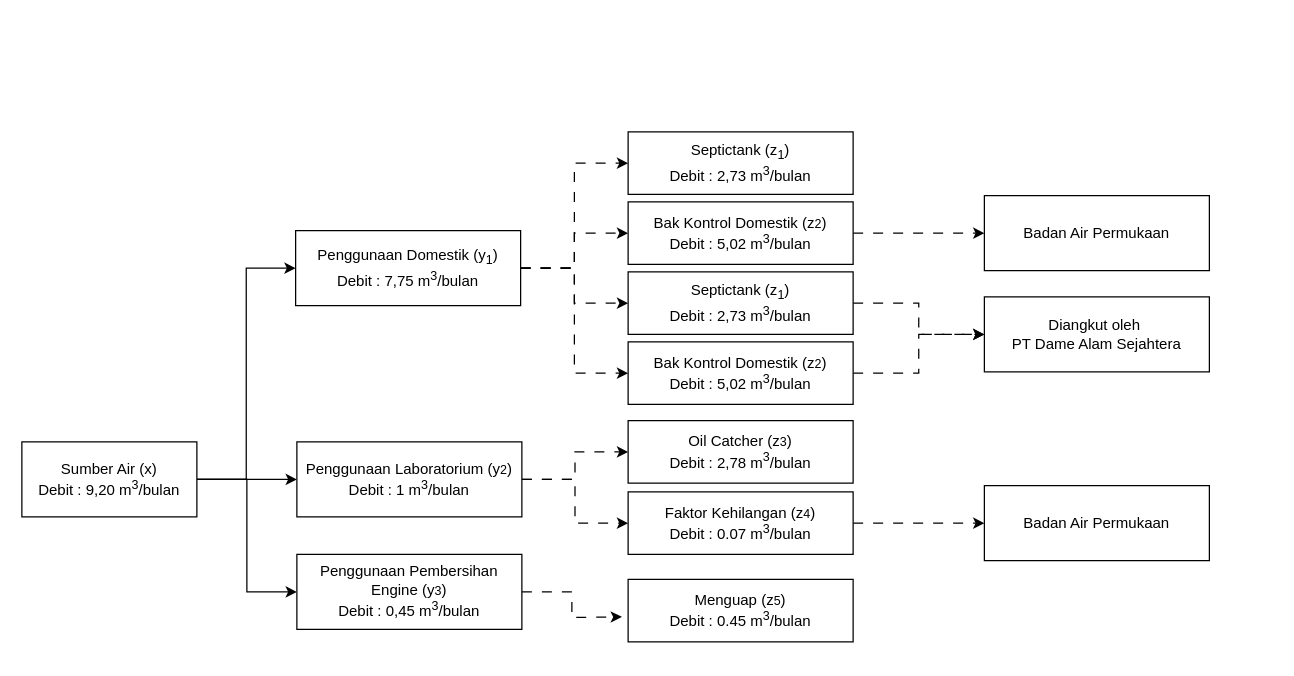
This is page "BS174" (2 of 3) of Pemakaian Air Distrik Jambi.drawio from farid-arrasyid/SIGAP_OCSA, a draw.io file, before an edit. Source tidied: cells renumbered, new cells numbered last; positions are measured from the earlier drawing's top-left corner, leaving out a move shared by most shapes. Both pictures are drawn from the tidied source at 125%, with x=0, y=0 at pixel (21, 131).
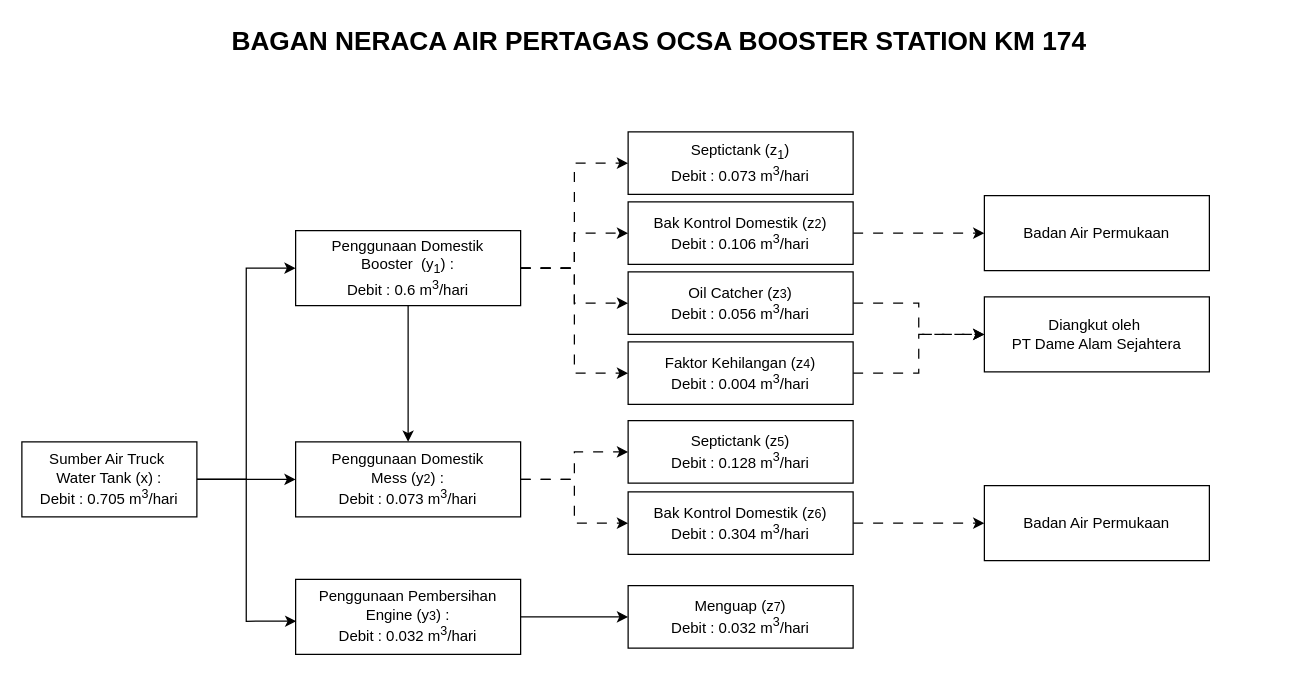
After the change.

Change to the diagram source:
```diff
@@
-    <mxCell id="3" style="edgeStyle=orthogonalEdgeStyle;rounded=0;jettySize=auto;html=1;entryX=0;entryY=0.5;entryDx=0;entryDy=0;" parent="1" edge="1" source="5" target="15">
-      <mxGeometry relative="1" as="geometry">
-        <Array as="points">
-          <mxPoint x="180" y="278" />
-          <mxPoint x="180" y="368" />
-        </Array>
-      </mxGeometry>
-    </mxCell>
@@
-    <mxCell id="5" value="Sumber Air (x)&lt;br&gt;Debit : 9,20&amp;nbsp;m&lt;sup&gt;3&lt;/sup&gt;/bulan" style="rounded=0;whiteSpace=wrap;html=1;" parent="1" vertex="1">
+    <mxCell id="5" value="Sumber Air Truck&amp;nbsp;&lt;div&gt;Water Tank (x) :&lt;br&gt;Debit : 0.705 m&lt;sup&gt;3&lt;/sup&gt;/&lt;span style=&quot;background-color: transparent; color: light-dark(rgb(0, 0, 0), rgb(255, 255, 255));&quot;&gt;hari&lt;/span&gt;&lt;/div&gt;" style="rounded=0;whiteSpace=wrap;html=1;" parent="1" vertex="1">
       <mxGeometry y="248" width="140" height="60" as="geometry" />
     </mxCell>
@@
+    <mxCell id="30" style="edgeStyle=orthogonalEdgeStyle;rounded=0;jettySize=auto;html=1;entryX=0.5;entryY=0;entryDx=0;entryDy=0;" parent="1" edge="1" source="10" target="13">
+      <mxGeometry relative="1" as="geometry" />
+    </mxCell>
-    <mxCell id="10" value="Penggunaan Domestik (y&lt;sub&gt;1&lt;/sub&gt;)&lt;div&gt;Debit : 7,75 m&lt;sup&gt;3&lt;/sup&gt;/bulan&lt;/div&gt;" style="rounded=0;whiteSpace=wrap;html=1;" parent="1" vertex="1">
+    <mxCell id="10" value="Penggunaan Domestik &lt;br&gt;Booster&amp;nbsp; (y&lt;sub&gt;1&lt;/sub&gt;) :&lt;br&gt;&lt;div&gt;Debit : 0.6 m&lt;sup&gt;3&lt;/sup&gt;/&lt;span style=&quot;background-color: transparent; color: light-dark(rgb(0, 0, 0), rgb(255, 255, 255));&quot;&gt;hari&lt;/span&gt;&lt;/div&gt;" style="rounded=0;whiteSpace=wrap;html=1;" parent="1" vertex="1">
       <mxGeometry x="219" y="79" width="180" height="60" as="geometry" />
     </mxCell>
@@
-    <mxCell id="13" value="Penggunaan Laboratorium (y&lt;span style=&quot;font-size: 10px;&quot;&gt;2&lt;/span&gt;)&lt;div&gt;Debit : 1 m&lt;sup&gt;3&lt;/sup&gt;/bulan&lt;/div&gt;" style="rounded=0;whiteSpace=wrap;html=1;" parent="1" vertex="1">
-      <mxGeometry x="220" y="248" width="180" height="60" as="geometry" />
+    <mxCell id="13" value="Penggunaan Domestik &lt;br&gt;Mess (y&lt;span style=&quot;font-size: 10px;&quot;&gt;2&lt;/span&gt;) :&lt;div&gt;Debit : 0.073 m&lt;sup&gt;3&lt;/sup&gt;/&lt;span style=&quot;background-color: transparent; color: light-dark(rgb(0, 0, 0), rgb(255, 255, 255));&quot;&gt;hari&lt;/span&gt;&lt;/div&gt;" style="rounded=0;whiteSpace=wrap;html=1;" parent="1" vertex="1">
+      <mxGeometry x="219" y="248" width="180" height="60" as="geometry" />
     </mxCell>
-    <mxCell id="14" style="edgeStyle=orthogonalEdgeStyle;rounded=0;jettySize=auto;html=1;dashed=1;dashPattern=8 8;" parent="1" edge="1" source="15">
-      <mxGeometry relative="1" as="geometry">
-        <mxPoint x="480" y="388" as="targetPoint" />
-      </mxGeometry>
-    </mxCell>
+    <mxCell id="31" style="edgeStyle=orthogonalEdgeStyle;rounded=0;jettySize=auto;html=1;entryX=0;entryY=0.5;entryDx=0;entryDy=0;" parent="1" edge="1" source="15" target="23">
+      <mxGeometry relative="1" as="geometry" />
+    </mxCell>
-    <mxCell id="15" value="Penggunaan Pembersihan Engine (y&lt;span style=&quot;font-size: 10px;&quot;&gt;3&lt;/span&gt;)&lt;div&gt;Debit : 0,45 m&lt;sup&gt;3&lt;/sup&gt;/bulan&lt;/div&gt;" style="rounded=0;whiteSpace=wrap;html=1;" parent="1" vertex="1">
-      <mxGeometry x="220" y="338" width="180" height="60" as="geometry" />
+    <mxCell id="15" value="Penggunaan Pembersihan Engine (y&lt;span style=&quot;font-size: 10px;&quot;&gt;3&lt;/span&gt;) :&lt;div&gt;Debit : 0.032 m&lt;sup&gt;3&lt;/sup&gt;/hari&lt;/div&gt;" style="rounded=0;whiteSpace=wrap;html=1;" parent="1" vertex="1">
+      <mxGeometry x="219" y="358" width="180" height="60" as="geometry" />
     </mxCell>
@@
-    <mxCell id="17" value="Septictank (z&lt;sub&gt;1&lt;/sub&gt;)&lt;div&gt;Debit : 2,73 m&lt;sup&gt;3&lt;/sup&gt;/bulan&lt;/div&gt;" style="rounded=0;whiteSpace=wrap;html=1;" parent="1" vertex="1">
+    <mxCell id="17" value="Oil Catcher (z&lt;span style=&quot;font-size: 10px;&quot;&gt;3&lt;/span&gt;)&lt;div&gt;Debit : 0.056 m&lt;sup&gt;3&lt;/sup&gt;/hari&lt;/div&gt;" style="rounded=0;whiteSpace=wrap;html=1;" parent="1" vertex="1">
       <mxGeometry x="485" y="112" width="180" height="50" as="geometry" />
     </mxCell>
@@
-    <mxCell id="19" value="Bak Kontrol Domestik (z&lt;span style=&quot;font-size: 10px;&quot;&gt;2&lt;/span&gt;)&lt;div&gt;Debit : 5,02 m&lt;sup&gt;3&lt;/sup&gt;/bulan&lt;/div&gt;" style="rounded=0;whiteSpace=wrap;html=1;" parent="1" vertex="1">
+    <mxCell id="19" value="Faktor Kehilangan (z&lt;span style=&quot;font-size: 10px;&quot;&gt;4&lt;/span&gt;)&lt;div&gt;Debit : 0.004 m&lt;sup&gt;3&lt;/sup&gt;/&lt;span style=&quot;background-color: transparent; color: light-dark(rgb(0, 0, 0), rgb(255, 255, 255));&quot;&gt;hari&lt;/span&gt;&lt;/div&gt;" style="rounded=0;whiteSpace=wrap;html=1;" parent="1" vertex="1">
       <mxGeometry x="485" y="168" width="180" height="50" as="geometry" />
     </mxCell>
-    <mxCell id="20" value="Oil Catcher (z&lt;span style=&quot;font-size: 10px;&quot;&gt;3&lt;/span&gt;)&lt;div&gt;Debit : 2,78 m&lt;sup&gt;3&lt;/sup&gt;/bulan&lt;/div&gt;" style="rounded=0;whiteSpace=wrap;html=1;" parent="1" vertex="1">
+    <mxCell id="20" value="Septictank (z&lt;span style=&quot;font-size: 10px;&quot;&gt;5&lt;/span&gt;)&lt;div&gt;Debit : 0.128 m&lt;sup&gt;3&lt;/sup&gt;/&lt;span style=&quot;background-color: transparent; color: light-dark(rgb(0, 0, 0), rgb(255, 255, 255));&quot;&gt;hari&lt;/span&gt;&lt;/div&gt;" style="rounded=0;whiteSpace=wrap;html=1;" parent="1" vertex="1">
       <mxGeometry x="485" y="231" width="180" height="50" as="geometry" />
     </mxCell>
@@
-    <mxCell id="22" value="Faktor Kehilangan (z&lt;span style=&quot;font-size: 10px;&quot;&gt;4&lt;/span&gt;)&lt;div&gt;Debit : 0.07 m&lt;sup&gt;3&lt;/sup&gt;/bulan&lt;/div&gt;" style="rounded=0;whiteSpace=wrap;html=1;" parent="1" vertex="1">
+    <mxCell id="22" value="Bak Kontrol Domestik (z&lt;span style=&quot;font-size: 10px;&quot;&gt;6&lt;/span&gt;)&lt;div&gt;Debit : 0.304 m&lt;sup&gt;3&lt;/sup&gt;/&lt;span style=&quot;background-color: transparent; color: light-dark(rgb(0, 0, 0), rgb(255, 255, 255));&quot;&gt;hari&lt;/span&gt;&lt;/div&gt;" style="rounded=0;whiteSpace=wrap;html=1;" parent="1" vertex="1">
       <mxGeometry x="485" y="288" width="180" height="50" as="geometry" />
     </mxCell>
-    <mxCell id="23" value="Menguap (z&lt;span style=&quot;font-size: 10px;&quot;&gt;5&lt;/span&gt;)&lt;div&gt;Debit : 0.45 m&lt;sup&gt;3&lt;/sup&gt;/bulan&lt;/div&gt;" style="rounded=0;whiteSpace=wrap;html=1;" parent="1" vertex="1">
-      <mxGeometry x="485" y="358" width="180" height="50" as="geometry" />
+    <mxCell id="23" value="Menguap (z&lt;span style=&quot;font-size: 10px;&quot;&gt;7&lt;/span&gt;)&lt;div&gt;Debit : 0.032 m&lt;sup&gt;3&lt;/sup&gt;/hari&lt;/div&gt;" style="rounded=0;whiteSpace=wrap;html=1;" parent="1" vertex="1">
+      <mxGeometry x="485" y="363" width="180" height="50" as="geometry" />
     </mxCell>
@@
-    <mxCell id="26" value="Septictank (z&lt;sub&gt;1&lt;/sub&gt;)&lt;div&gt;Debit : 2,73 m&lt;sup&gt;3&lt;/sup&gt;/bulan&lt;/div&gt;" style="rounded=0;whiteSpace=wrap;html=1;" parent="1" vertex="1">
+    <mxCell id="26" value="Septictank (z&lt;sub&gt;1&lt;/sub&gt;)&lt;div&gt;Debit : 0.073 m&lt;sup&gt;3&lt;/sup&gt;/&lt;span style=&quot;background-color: transparent; color: light-dark(rgb(0, 0, 0), rgb(255, 255, 255));&quot;&gt;hari&lt;/span&gt;&lt;/div&gt;" style="rounded=0;whiteSpace=wrap;html=1;" parent="1" vertex="1">
       <mxGeometry x="485" width="180" height="50" as="geometry" />
     </mxCell>
@@
-    <mxCell id="28" value="Bak Kontrol Domestik (z&lt;span style=&quot;font-size: 10px;&quot;&gt;2&lt;/span&gt;)&lt;div&gt;Debit : 5,02 m&lt;sup&gt;3&lt;/sup&gt;/bulan&lt;/div&gt;" style="rounded=0;whiteSpace=wrap;html=1;" parent="1" vertex="1">
+    <mxCell id="28" value="Bak Kontrol Domestik (z&lt;span style=&quot;font-size: 10px;&quot;&gt;2&lt;/span&gt;)&lt;div&gt;Debit : 0.106 m&lt;sup&gt;3&lt;/sup&gt;/&lt;span style=&quot;background-color: transparent; color: light-dark(rgb(0, 0, 0), rgb(255, 255, 255));&quot;&gt;hari&lt;/span&gt;&lt;/div&gt;" style="rounded=0;whiteSpace=wrap;html=1;" parent="1" vertex="1">
       <mxGeometry x="485" y="56" width="180" height="50" as="geometry" />
     </mxCell>
@@
+    <mxCell id="32" value="&lt;b&gt;&lt;font style=&quot;font-size: 21px;&quot;&gt;BAGAN NERACA AIR PERTAGAS OCSA BOOSTER STATION KM 174&lt;/font&gt;&lt;/b&gt;" style="text;html=1;whiteSpace=wrap;strokeColor=none;fillColor=none;align=center;verticalAlign=middle;rounded=0;" parent="1" vertex="1">
+      <mxGeometry x="20" y="-88" width="980" height="30" as="geometry" />
+    </mxCell>
+    <mxCell id="3" style="edgeStyle=orthogonalEdgeStyle;rounded=0;jettySize=auto;html=1;entryX=0.003;entryY=0.558;entryDx=0;entryDy=0;entryPerimeter=0;" parent="1" edge="1" source="5" target="15">
+      <mxGeometry relative="1" as="geometry" />
+    </mxCell>
```
